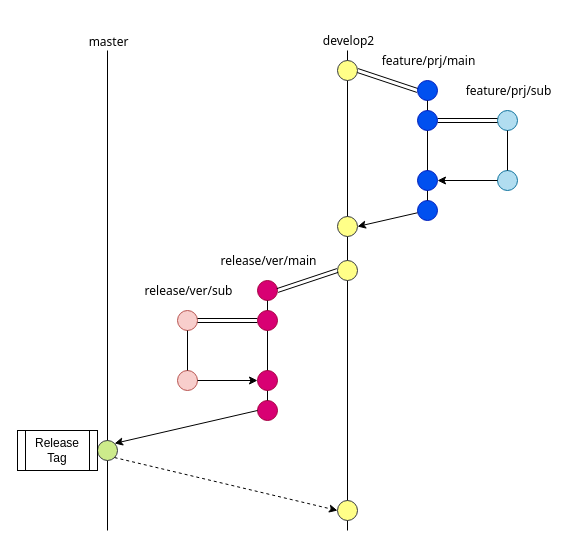
Before: github_ops_branch/merge_flow_normal.drawio in PhoneAppli/docbase-draw-io, a draw.io diagram. Source tidied: cells renumbered, new cells numbered last; positions are measured from the earlier drawing's top-left corner, leaving out a move shared by most shapes. Both pictures are drawn from the tidied source at 100%, with x=0, y=0 at pixel (17, 50).
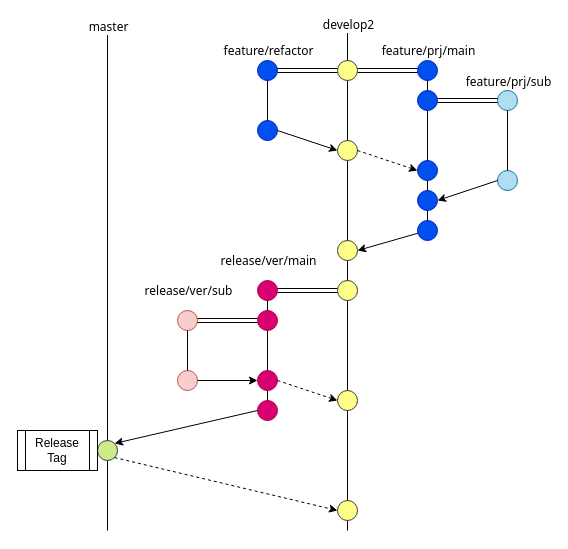
The same page after the edit.

Commit message (it also covers changes not shown here):
merge_flow_normal 修正, line_description 追加

Unchanged cells that the change refers to:
```xml
<mxCell id="12" style="ellipse;whiteSpace=wrap;html=1;fontFamily=Tahoma;fillColor=#b1ddf0;strokeColor=#10739e;" parent="1" vertex="1">
  <mxGeometry x="480" y="120" width="20" height="20" as="geometry" />
</mxCell>
<mxCell id="35" style="ellipse;whiteSpace=wrap;html=1;fontFamily=Tahoma;fillColor=#d80073;strokeColor=#A50040;fontColor=#ffffff;" parent="1" vertex="1">
  <mxGeometry x="240" y="320" width="20" height="20" as="geometry" />
</mxCell>
```

Change to the diagram source:
```diff
@@
     <mxCell id="2" style="endArrow=none;html=1;labelBackgroundColor=#ffffff;strokeColor=#000000;fontFamily=Tahoma;fontColor=#000000;" parent="1" edge="1">
       <mxGeometry relative="1" as="geometry">
         <mxPoint x="330" y="480" as="sourcePoint" />
-        <mxPoint x="330" as="targetPoint" />
+        <mxPoint x="330" y="-20" as="targetPoint" />
       </mxGeometry>
     </mxCell>
@@
     <mxCell id="4" style="endArrow=none;html=1;" parent="1" edge="1">
       <mxGeometry relative="1" as="geometry">
         <mxPoint x="90" y="480" as="sourcePoint" />
-        <mxPoint x="90" as="targetPoint" />
+        <mxPoint x="90" y="-20" as="targetPoint" />
       </mxGeometry>
     </mxCell>
@@
-    <mxCell id="8" style="endArrow=classic;html=1;fontFamily=Tahoma;" parent="1" edge="1" target="13">
-      <mxGeometry relative="1" as="geometry">
-        <mxPoint x="330" y="16" as="sourcePoint" />
-      </mxGeometry>
-    </mxCell>
     <mxCell id="9" style="ellipse;whiteSpace=wrap;html=1;fontFamily=Tahoma;fillColor=#0050ef;strokeColor=#001DBC;fontColor=#ffffff;" parent="1" vertex="1">
-      <mxGeometry x="400" y="30" width="20" height="20" as="geometry" />
+      <mxGeometry x="400" y="10" width="20" height="20" as="geometry" />
     </mxCell>
     <mxCell id="10" style="ellipse;whiteSpace=wrap;html=1;fontFamily=Tahoma;fillColor=#0050ef;strokeColor=#001DBC;fontColor=#ffffff;" parent="1" vertex="1">
-      <mxGeometry x="400" y="150" width="20" height="20" as="geometry" />
+      <mxGeometry x="400" y="170" width="20" height="20" as="geometry" />
     </mxCell>
-    <mxCell id="11" style="ellipse;whiteSpace=wrap;html=1;fontFamily=Tahoma;fillColor=#ffff88;strokeColor=#36393d;" parent="1" vertex="1">
-      <mxGeometry x="320" y="166" width="20" height="20" as="geometry" />
-    </mxCell>
@@
-    <mxCell id="13" style="ellipse;whiteSpace=wrap;html=1;fontFamily=Tahoma;labelBackgroundColor=none;labelBorderColor=none;fillColor=#ffff88;strokeColor=#36393d;" parent="1" vertex="1">
-      <mxGeometry x="320" y="10" width="20" height="20" as="geometry" />
-    </mxCell>
     <mxCell id="14" style="ellipse;whiteSpace=wrap;html=1;fontFamily=Tahoma;fillColor=#b1ddf0;strokeColor=#10739e;" parent="1" vertex="1">
-      <mxGeometry x="480" y="60" width="20" height="20" as="geometry" />
+      <mxGeometry x="480" y="40" width="20" height="20" as="geometry" />
     </mxCell>
-    <mxCell id="15" style="ellipse;whiteSpace=wrap;html=1;fontFamily=Tahoma;fillColor=#ffff88;strokeColor=#36393d;" parent="1" vertex="1">
-      <mxGeometry x="320" y="210" width="20" height="20" as="geometry" />
-    </mxCell>
-    <mxCell id="16" style="endArrow=none;html=1;labelBackgroundColor=#ffffff;strokeColor=#000000;fontFamily=Tahoma;fontColor=#000000;exitX=0.5;exitY=0;exitDx=0;exitDy=0;" parent="1" edge="1" source="10">
-      <mxGeometry relative="1" as="geometry">
-        <mxPoint x="410" y="50" as="targetPoint" />
-      </mxGeometry>
+    <mxCell id="16" style="endArrow=none;html=1;labelBackgroundColor=#ffffff;strokeColor=#000000;fontFamily=Tahoma;fontColor=#000000;exitX=0.5;exitY=0;exitDx=0;exitDy=0;entryX=0.5;entryY=1;entryDx=0;entryDy=0;" parent="1" edge="1" source="10" target="9">
+      <mxGeometry relative="1" as="geometry" />
     </mxCell>
     <mxCell id="17" value="feature/prj/main" style="text;html=1;align=center;verticalAlign=middle;labelBackgroundColor=#ffffff;fontFamily=Tahoma;fontColor=#000000;" parent="16" vertex="1">
       <mxGeometry x="0.24" y="2" relative="1" as="geometry">
-        <mxPoint x="2" y="-78" as="offset" />
+        <mxPoint x="2" y="-83" as="offset" />
       </mxGeometry>
     </mxCell>
-    <mxCell id="18" style="endArrow=none;html=1;labelBackgroundColor=#ffffff;strokeColor=#000000;fontFamily=Tahoma;fontColor=#000000;exitX=0.5;exitY=0;exitDx=0;exitDy=0;" parent="1" edge="1" source="12">
-      <mxGeometry relative="1" as="geometry">
-        <mxPoint x="490" y="80" as="targetPoint" />
-      </mxGeometry>
+    <mxCell id="18" style="endArrow=none;html=1;labelBackgroundColor=#ffffff;strokeColor=#000000;fontFamily=Tahoma;fontColor=#000000;exitX=0.5;exitY=0;exitDx=0;exitDy=0;entryX=0.5;entryY=1;entryDx=0;entryDy=0;" parent="1" edge="1" source="12" target="14">
+      <mxGeometry relative="1" as="geometry" />
     </mxCell>
     <mxCell id="19" value="feature/prj/sub" style="text;html=1;align=center;verticalAlign=middle;labelBackgroundColor=#ffffff;fontFamily=Tahoma;fontColor=#000000;" parent="18" vertex="1">
       <mxGeometry x="-0.55" y="-1" relative="1" as="geometry">
-        <mxPoint x="-1" y="-71" as="offset" />
+        <mxPoint x="-1" y="-76" as="offset" />
       </mxGeometry>
     </mxCell>
-    <mxCell id="20" style="endArrow=classic;html=1;labelBackgroundColor=#ffffff;strokeColor=#000000;fontFamily=Tahoma;fontColor=#000000;entryX=0;entryY=0.5;entryDx=0;entryDy=0;shape=link;" parent="1" edge="1" target="14">
-      <mxGeometry relative="1" as="geometry">
-        <mxPoint x="420" y="70" as="sourcePoint" />
-      </mxGeometry>
+    <mxCell id="20" style="endArrow=classic;html=1;labelBackgroundColor=#ffffff;strokeColor=#000000;fontFamily=Tahoma;fontColor=#000000;entryX=0;entryY=0.5;entryDx=0;entryDy=0;shape=link;exitX=1;exitY=0.5;exitDx=0;exitDy=0;" parent="1" edge="1" source="36" target="14">
+      <mxGeometry relative="1" as="geometry" />
     </mxCell>
-    <mxCell id="21" style="endArrow=classic;html=1;labelBackgroundColor=#ffffff;strokeColor=#000000;fontFamily=Tahoma;fontColor=#000000;exitX=0;exitY=0.5;exitDx=0;exitDy=0;" parent="1" edge="1" source="12">
-      <mxGeometry relative="1" as="geometry">
-        <mxPoint x="420" y="130" as="targetPoint" />
-      </mxGeometry>
+    <mxCell id="21" style="endArrow=classic;html=1;labelBackgroundColor=#ffffff;strokeColor=#000000;fontFamily=Tahoma;fontColor=#000000;exitX=0;exitY=0.5;exitDx=0;exitDy=0;entryX=1;entryY=0.5;entryDx=0;entryDy=0;" parent="1" edge="1" source="12" target="37">
+      <mxGeometry relative="1" as="geometry" />
     </mxCell>
@@
-    <mxCell id="36" style="ellipse;whiteSpace=wrap;html=1;fontFamily=Tahoma;fillColor=#0050ef;strokeColor=#001DBC;fontColor=#ffffff;" parent="1" vertex="1">
-      <mxGeometry x="400" y="60" width="20" height="20" as="geometry" />
-    </mxCell>
-    <mxCell id="37" style="ellipse;whiteSpace=wrap;html=1;fontFamily=Tahoma;fillColor=#0050ef;strokeColor=#001DBC;fontColor=#ffffff;" parent="1" vertex="1">
-      <mxGeometry x="400" y="120" width="20" height="20" as="geometry" />
-    </mxCell>
@@
+    <mxCell id="42" style="ellipse;whiteSpace=wrap;html=1;fontFamily=Tahoma;fillColor=#ffff88;strokeColor=#36393d;" parent="1" vertex="1">
+      <mxGeometry x="320" y="340" width="20" height="20" as="geometry" />
+    </mxCell>
+    <mxCell id="43" style="endArrow=classic;html=1;exitX=1;exitY=0.5;exitDx=0;exitDy=0;entryX=0;entryY=0.5;entryDx=0;entryDy=0;dashed=1;" parent="1" edge="1" source="35" target="42">
+      <mxGeometry relative="1" as="geometry" />
+    </mxCell>
+    <mxCell id="44" style="ellipse;whiteSpace=wrap;html=1;fontFamily=Tahoma;fillColor=#0050ef;strokeColor=#001DBC;fontColor=#ffffff;" parent="1" vertex="1">
+      <mxGeometry x="240" y="10" width="20" height="20" as="geometry" />
+    </mxCell>
+    <mxCell id="45" style="ellipse;whiteSpace=wrap;html=1;fontFamily=Tahoma;fillColor=#0050ef;strokeColor=#001DBC;fontColor=#ffffff;" parent="1" vertex="1">
+      <mxGeometry x="240" y="70" width="20" height="20" as="geometry" />
+    </mxCell>
+    <mxCell id="46" style="shape=link;html=1;entryX=0;entryY=0.5;entryDx=0;entryDy=0;exitX=1;exitY=0.5;exitDx=0;exitDy=0;" parent="1" edge="1" source="44" target="13">
+      <mxGeometry relative="1" as="geometry" />
+    </mxCell>
+    <mxCell id="47" style="endArrow=none;html=1;entryX=0.5;entryY=1;entryDx=0;entryDy=0;" parent="1" edge="1" target="44">
+      <mxGeometry relative="1" as="geometry">
+        <mxPoint x="250" y="70" as="sourcePoint" />
+      </mxGeometry>
+    </mxCell>
+    <mxCell id="48" value="feature/refactor" style="text;html=1;align=center;verticalAlign=middle;labelBackgroundColor=#ffffff;fontFamily=Tahoma;" parent="47" vertex="1">
+      <mxGeometry x="0.47" y="-4" relative="1" as="geometry">
+        <mxPoint x="-4" y="-41" as="offset" />
+      </mxGeometry>
+    </mxCell>
+    <mxCell id="36" style="ellipse;whiteSpace=wrap;html=1;fontFamily=Tahoma;fillColor=#0050ef;strokeColor=#001DBC;fontColor=#ffffff;" parent="1" vertex="1">
+      <mxGeometry x="400" y="40" width="20" height="20" as="geometry" />
+    </mxCell>
+    <mxCell id="49" style="ellipse;whiteSpace=wrap;html=1;fontFamily=Tahoma;labelBackgroundColor=none;labelBorderColor=none;fillColor=#ffff88;strokeColor=#36393d;" parent="1" vertex="1">
+      <mxGeometry x="320" y="90" width="20" height="20" as="geometry" />
+    </mxCell>
+    <mxCell id="15" style="ellipse;whiteSpace=wrap;html=1;fontFamily=Tahoma;fillColor=#ffff88;strokeColor=#36393d;" parent="1" vertex="1">
+      <mxGeometry x="320" y="230" width="20" height="20" as="geometry" />
+    </mxCell>
+    <mxCell id="11" style="ellipse;whiteSpace=wrap;html=1;fontFamily=Tahoma;fillColor=#ffff88;strokeColor=#36393d;" parent="1" vertex="1">
+      <mxGeometry x="320" y="190" width="20" height="20" as="geometry" />
+    </mxCell>
+    <mxCell id="37" style="ellipse;whiteSpace=wrap;html=1;fontFamily=Tahoma;fillColor=#0050ef;strokeColor=#001DBC;fontColor=#ffffff;" parent="1" vertex="1">
+      <mxGeometry x="400" y="140" width="20" height="20" as="geometry" />
+    </mxCell>
+    <mxCell id="50" style="endArrow=classic;html=1;exitX=1;exitY=0.5;exitDx=0;exitDy=0;entryX=0;entryY=0.5;entryDx=0;entryDy=0;" parent="1" edge="1" source="45" target="49">
+      <mxGeometry relative="1" as="geometry" />
+    </mxCell>
+    <mxCell id="51" style="ellipse;whiteSpace=wrap;html=1;fontFamily=Tahoma;fillColor=#0050ef;strokeColor=#001DBC;fontColor=#ffffff;" parent="1" vertex="1">
+      <mxGeometry x="400" y="110" width="20" height="20" as="geometry" />
+    </mxCell>
+    <mxCell id="52" style="endArrow=classic;html=1;exitX=1;exitY=0.5;exitDx=0;exitDy=0;entryX=0;entryY=0.5;entryDx=0;entryDy=0;dashed=1;" parent="1" edge="1" source="49" target="51">
+      <mxGeometry relative="1" as="geometry" />
+    </mxCell>
+    <mxCell id="13" style="ellipse;whiteSpace=wrap;html=1;fontFamily=Tahoma;labelBackgroundColor=none;labelBorderColor=none;fillColor=#ffff88;strokeColor=#36393d;" parent="1" vertex="1">
+      <mxGeometry x="320" y="10" width="20" height="20" as="geometry" />
+    </mxCell>
```
